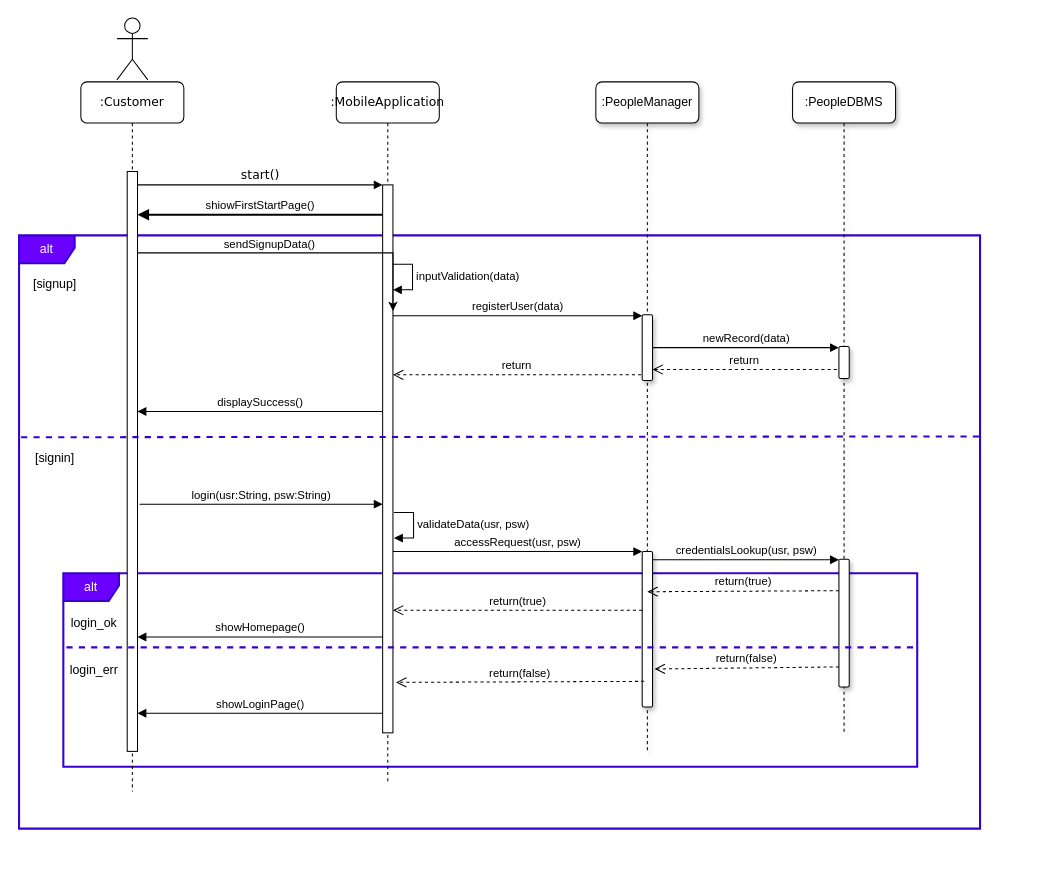
pollo-fritto/PozziNeroniVetere keeps this draw.io diagram as Diagrams/Sequence/sequence_customer_signup.drawio. Above is the earlier version. Source tidied: cells renumbered, new cells numbered last; positions are measured from the earlier drawing's top-left corner, leaving out a move shared by most shapes. Both pictures are drawn from the tidied source at 103%, with x=0, y=0 at pixel (19, 18).
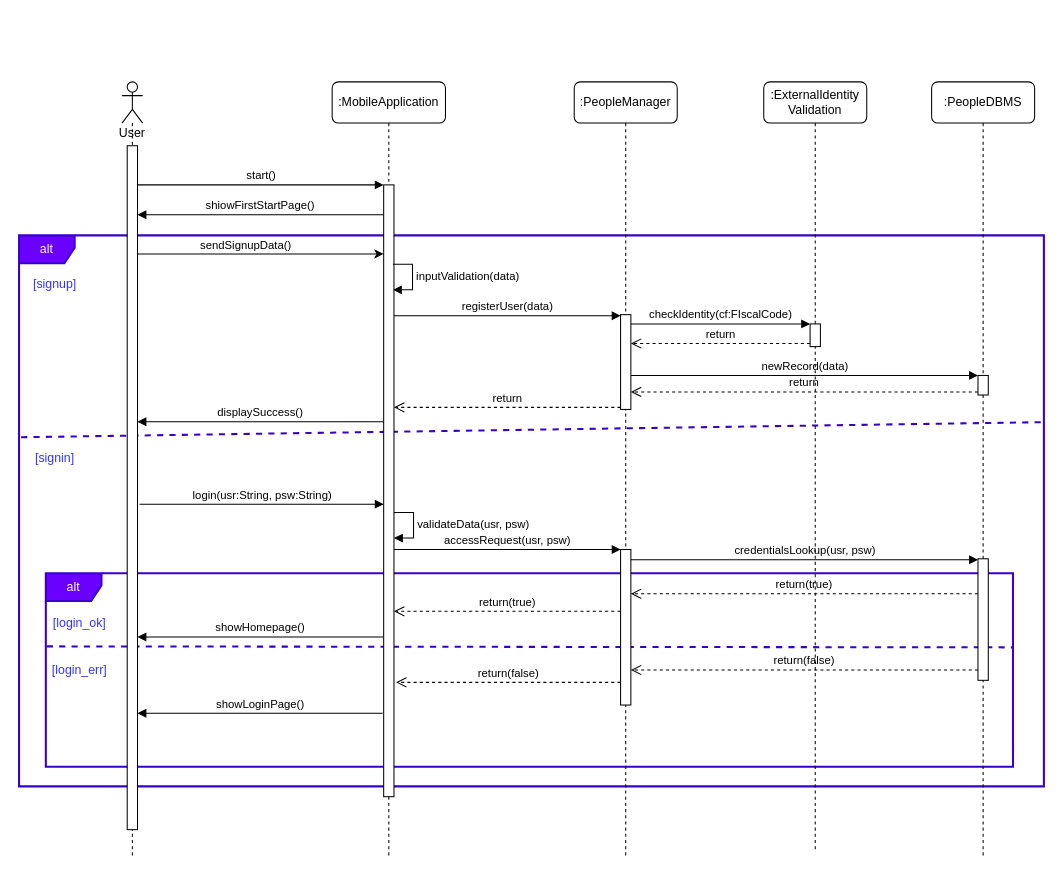
The same page after the edit.

Commit message (it also covers changes not shown here):
Sequence diagrams additions, component revision, RASD.sequence.PlanVisit correction

Change to the diagram source:
```diff
@@
+    <mxCell id="13" style="endArrow=none;dashed=1;html=1;fillColor=#6a00ff;strokeColor=#3700CC;entryX=1;entryY=0.339;entryDx=0;entryDy=0;entryPerimeter=0;strokeWidth=2;" parent="1" edge="1" target="2">
+      <mxGeometry relative="1" as="geometry">
+        <mxPoint x="2" y="407" as="sourcePoint" />
+      </mxGeometry>
+    </mxCell>
+    <mxCell id="37" style="endArrow=none;dashed=1;html=1;fillColor=#6a00ff;strokeColor=#3700CC;strokeWidth=2;entryX=1;entryY=0.383;entryDx=0;entryDy=0;entryPerimeter=0;exitX=0.001;exitY=0.378;exitDx=0;exitDy=0;exitPerimeter=0;" parent="1" edge="1" source="3" target="3">
+      <mxGeometry relative="1" as="geometry" />
+    </mxCell>
     <mxCell id="2" value="alt" style="shape=umlFrame;whiteSpace=wrap;html=1;width=54;height=27;fillColor=#6a00ff;strokeColor=#3700CC;fontColor=#ffffff;strokeWidth=2;" parent="1" vertex="1">
-      <mxGeometry y="211" width="933" height="576" as="geometry" />
+      <mxGeometry y="211" width="995" height="535" as="geometry" />
     </mxCell>
     <mxCell id="3" value="alt" style="shape=umlFrame;whiteSpace=wrap;html=1;width=54;height=27;fillColor=#6a00ff;strokeColor=#3700CC;fontColor=#ffffff;strokeWidth=2;" parent="1" vertex="1">
-      <mxGeometry x="43" y="539" width="829" height="188" as="geometry" />
+      <mxGeometry x="26" y="539" width="939" height="188" as="geometry" />
     </mxCell>
-    <mxCell id="4" value=":MobileApplication" style="shape=umlLifeline;perimeter=lifelinePerimeter;whiteSpace=wrap;html=1;rounded=1;shadow=0;comic=0;labelBackgroundColor=none;strokeWidth=1;fontFamily=Verdana;fontSize=12;align=center;" parent="1" vertex="1">
-      <mxGeometry x="308" y="62" width="100" height="682" as="geometry" />
+    <mxCell id="4" value=":MobileApplication" style="shape=umlLifeline;perimeter=lifelinePerimeter;whiteSpace=wrap;html=1;rounded=1;shadow=0;comic=0;labelBackgroundColor=none;strokeWidth=1;fontFamily=Helvetica;fontSize=12;align=center;" parent="1" vertex="1">
+      <mxGeometry x="304" y="62" width="110" height="751" as="geometry" />
     </mxCell>
     <mxCell id="5" style="html=1;points=[];perimeter=orthogonalPerimeter;rounded=0;shadow=0;comic=0;labelBackgroundColor=none;strokeWidth=1;fontFamily=Verdana;fontSize=12;align=center;" parent="4" vertex="1">
-      <mxGeometry x="45" y="100" width="10" height="532" as="geometry" />
+      <mxGeometry x="50" y="100" width="10" height="594" as="geometry" />
     </mxCell>
-    <mxCell id="6" value="displaySuccess()" style="html=1;verticalAlign=bottom;endArrow=block;" parent="4" edge="1" target="8">
-      <mxGeometry relative="1" as="geometry">
-        <mxPoint x="45" y="320" as="sourcePoint" />
-      </mxGeometry>
-    </mxCell>
-    <mxCell id="7" value=":Customer" style="shape=umlLifeline;perimeter=lifelinePerimeter;whiteSpace=wrap;html=1;rounded=1;shadow=0;comic=0;labelBackgroundColor=none;strokeWidth=1;fontFamily=Verdana;fontSize=12;align=center;" parent="1" vertex="1">
-      <mxGeometry x="60" y="62" width="100" height="689" as="geometry" />
-    </mxCell>
-    <mxCell id="8" style="html=1;points=[];perimeter=orthogonalPerimeter;rounded=0;shadow=0;comic=0;labelBackgroundColor=none;strokeWidth=1;fontFamily=Verdana;fontSize=12;align=center;" parent="7" vertex="1">
-      <mxGeometry x="45" y="87" width="10" height="563" as="geometry" />
-    </mxCell>
-    <mxCell id="9" value="start()" style="html=1;verticalAlign=bottom;endArrow=block;entryX=0;entryY=0;labelBackgroundColor=none;fontFamily=Verdana;fontSize=12;edgeStyle=elbowEdgeStyle;elbow=vertical;" parent="1" edge="1" source="8" target="5">
-      <mxGeometry relative="1" as="geometry" />
+    <mxCell id="9" value="start()" style="html=1;verticalAlign=bottom;endArrow=block;entryX=0;entryY=0;labelBackgroundColor=none;fontFamily=Helvetica;fontSize=11;edgeStyle=elbowEdgeStyle;elbow=vertical;" parent="1" edge="1" target="5">
+      <mxGeometry relative="1" as="geometry">
+        <mxPoint x="115" y="162" as="sourcePoint" />
+      </mxGeometry>
     </mxCell>
-    <mxCell id="10" style="shape=umlActor;verticalLabelPosition=bottom;verticalAlign=top;html=1;" parent="1" vertex="1">
-      <mxGeometry x="95" width="30" height="60" as="geometry" />
-    </mxCell>
-    <mxCell id="11" style="edgeStyle=orthogonalEdgeStyle;rounded=0;jettySize=auto;html=1;entryX=1;entryY=0.23;entryDx=0;entryDy=0;entryPerimeter=0;" parent="1" edge="1" source="8" target="5">
+    <mxCell id="11" style="edgeStyle=orthogonalEdgeStyle;rounded=0;jettySize=auto;html=1;" parent="1" edge="1" target="5">
       <mxGeometry relative="1" as="geometry">
+        <mxPoint x="115" y="229" as="sourcePoint" />
         <Array as="points">
-          <mxPoint x="178" y="228" />
-          <mxPoint x="178" y="228" />
+          <mxPoint x="237" y="229" />
+          <mxPoint x="237" y="229" />
         </Array>
       </mxGeometry>
     </mxCell>
@@
-    <mxCell id="13" style="endArrow=none;dashed=1;html=1;fillColor=#6a00ff;strokeColor=#3700CC;entryX=1;entryY=0.339;entryDx=0;entryDy=0;entryPerimeter=0;strokeWidth=2;" parent="1" edge="1" target="2">
-      <mxGeometry relative="1" as="geometry">
-        <mxPoint x="2" y="407" as="sourcePoint" />
-      </mxGeometry>
-    </mxCell>
-    <mxCell id="14" value=":PeopleManager" style="shape=umlLifeline;perimeter=lifelinePerimeter;whiteSpace=wrap;html=1;rounded=1;shadow=1;glass=0;sketch=0;" parent="1" vertex="1">
-      <mxGeometry x="560" y="62" width="100" height="650" as="geometry" />
+    <mxCell id="14" value=":PeopleManager" style="shape=umlLifeline;perimeter=lifelinePerimeter;whiteSpace=wrap;html=1;rounded=1;shadow=0;glass=0;sketch=0;" parent="1" vertex="1">
+      <mxGeometry x="539" y="62" width="100" height="752" as="geometry" />
     </mxCell>
-    <mxCell id="15" style="html=1;points=[];perimeter=orthogonalPerimeter;rounded=1;shadow=1;glass=0;sketch=0;" parent="14" vertex="1">
-      <mxGeometry x="45" y="226" width="10" height="64" as="geometry" />
+    <mxCell id="15" style="html=1;points=[];perimeter=orthogonalPerimeter;rounded=0;shadow=0;glass=0;sketch=0;" parent="14" vertex="1">
+      <mxGeometry x="45" y="226" width="10" height="92" as="geometry" />
     </mxCell>
-    <mxCell id="16" value=":PeopleDBMS" style="shape=umlLifeline;perimeter=lifelinePerimeter;whiteSpace=wrap;html=1;rounded=1;shadow=1;glass=0;sketch=0;" parent="1" vertex="1">
-      <mxGeometry x="751" y="62" width="100" height="634" as="geometry" />
+    <mxCell id="16" value=":PeopleDBMS" style="shape=umlLifeline;perimeter=lifelinePerimeter;whiteSpace=wrap;html=1;rounded=1;shadow=0;glass=0;sketch=0;" parent="1" vertex="1">
+      <mxGeometry x="886" y="62" width="100" height="753" as="geometry" />
     </mxCell>
-    <mxCell id="17" style="html=1;points=[];perimeter=orthogonalPerimeter;rounded=1;shadow=1;glass=0;sketch=0;" parent="16" vertex="1">
-      <mxGeometry x="45" y="257" width="10" height="31" as="geometry" />
+    <mxCell id="17" style="html=1;points=[];perimeter=orthogonalPerimeter;rounded=0;shadow=0;glass=0;sketch=0;" parent="16" vertex="1">
+      <mxGeometry x="45" y="285" width="10" height="19" as="geometry" />
     </mxCell>
@@
     <mxCell id="20" value="newRecord(data)" style="html=1;verticalAlign=bottom;endArrow=block;" parent="1" edge="1" source="15" target="17">
-      <mxGeometry relative="1" as="geometry" />
+      <mxGeometry relative="1" as="geometry">
+        <Array as="points">
+          <mxPoint x="764" y="347" />
+        </Array>
+      </mxGeometry>
     </mxCell>
-    <mxCell id="21" value="return" style="html=1;verticalAlign=bottom;endArrow=open;dashed=1;endSize=8;exitX=-0.2;exitY=0.717;exitDx=0;exitDy=0;exitPerimeter=0;" parent="1" edge="1" source="17" target="15">
-      <mxGeometry relative="1" as="geometry" />
+    <mxCell id="21" value="return" style="html=1;verticalAlign=bottom;endArrow=open;dashed=1;endSize=8;" parent="1" edge="1" source="17" target="15">
+      <mxGeometry relative="1" as="geometry">
+        <Array as="points">
+          <mxPoint x="772" y="363" />
+        </Array>
+      </mxGeometry>
     </mxCell>
-    <mxCell id="22" value="return" style="html=1;verticalAlign=bottom;endArrow=open;dashed=1;endSize=8;exitX=-0.1;exitY=0.913;exitDx=0;exitDy=0;exitPerimeter=0;" parent="1" edge="1" source="15" target="5">
-      <mxGeometry relative="1" as="geometry" />
+    <mxCell id="22" value="return" style="html=1;verticalAlign=bottom;endArrow=open;dashed=1;endSize=8;" parent="1" edge="1" source="15" target="5">
+      <mxGeometry relative="1" as="geometry">
+        <Array as="points">
+          <mxPoint x="466" y="378" />
+        </Array>
+      </mxGeometry>
     </mxCell>
-    <mxCell id="23" value="[signup]" style="text;html=1;strokeColor=none;fillColor=none;align=center;verticalAlign=middle;whiteSpace=wrap;rounded=0;shadow=1;glass=0;sketch=0;" parent="1" vertex="1">
+    <mxCell id="23" value="[signup]" style="text;html=1;strokeColor=none;fillColor=none;align=center;verticalAlign=middle;whiteSpace=wrap;rounded=0;shadow=1;glass=0;sketch=0;fontColor=#3333FF;" parent="1" vertex="1">
       <mxGeometry x="15" y="249" width="40" height="20" as="geometry" />
     </mxCell>
-    <mxCell id="24" value="[signin]" style="text;html=1;strokeColor=none;fillColor=none;align=center;verticalAlign=middle;whiteSpace=wrap;rounded=0;shadow=1;glass=0;sketch=0;" parent="1" vertex="1">
+    <mxCell id="24" value="[signin]" style="text;html=1;strokeColor=none;fillColor=none;align=center;verticalAlign=middle;whiteSpace=wrap;rounded=0;shadow=1;glass=0;sketch=0;fontColor=#3333FF;" parent="1" vertex="1">
       <mxGeometry x="15" y="418" width="40" height="20" as="geometry" />
     </mxCell>
@@
-    <mxCell id="28" style="html=1;points=[];perimeter=orthogonalPerimeter;rounded=1;shadow=1;glass=0;sketch=0;" parent="1" vertex="1">
-      <mxGeometry x="605" y="518" width="10" height="151" as="geometry" />
+    <mxCell id="28" style="html=1;points=[];perimeter=orthogonalPerimeter;rounded=0;shadow=0;glass=0;sketch=0;" parent="1" vertex="1">
+      <mxGeometry x="584" y="516" width="10" height="151" as="geometry" />
     </mxCell>
-    <mxCell id="29" style="html=1;points=[];perimeter=orthogonalPerimeter;rounded=1;shadow=1;glass=0;sketch=0;" parent="1" vertex="1">
-      <mxGeometry x="796" y="525.5" width="10" height="124" as="geometry" />
+    <mxCell id="29" style="html=1;points=[];perimeter=orthogonalPerimeter;rounded=0;shadow=0;glass=0;sketch=0;" parent="1" vertex="1">
+      <mxGeometry x="931" y="525" width="10" height="118" as="geometry" />
     </mxCell>
@@
-    <mxCell id="31" value="return(true)" style="html=1;verticalAlign=bottom;endArrow=open;dashed=1;endSize=8;" parent="1" edge="1">
+    <mxCell id="31" value="return(true)" style="html=1;verticalAlign=bottom;endArrow=open;dashed=1;endSize=8;" parent="1" edge="1" source="29" target="28">
       <mxGeometry relative="1" as="geometry">
-        <mxPoint x="796" y="556" as="sourcePoint" />
-        <mxPoint x="610" y="557" as="targetPoint" />
+        <Array as="points">
+          <mxPoint x="712" y="559" />
+        </Array>
       </mxGeometry>
     </mxCell>
-    <mxCell id="32" value="return(false)" style="html=1;verticalAlign=bottom;endArrow=open;dashed=1;endSize=8;entryX=1.2;entryY=0.575;entryDx=0;entryDy=0;entryPerimeter=0;" parent="1" edge="1">
+    <mxCell id="32" value="return(false)" style="html=1;verticalAlign=bottom;endArrow=open;dashed=1;endSize=8;" parent="1" edge="1" source="29" target="28">
       <mxGeometry relative="1" as="geometry">
-        <mxPoint x="796" y="630" as="sourcePoint" />
-        <mxPoint x="617" y="632" as="targetPoint" />
+        <Array as="points">
+          <mxPoint x="703" y="633" />
+        </Array>
       </mxGeometry>
     </mxCell>
-    <mxCell id="33" value="return(true)" style="html=1;verticalAlign=bottom;endArrow=open;dashed=1;endSize=8;" parent="1" edge="1" target="5">
+    <mxCell id="33" value="return(true)" style="html=1;verticalAlign=bottom;endArrow=open;dashed=1;endSize=8;" parent="1" edge="1" source="28" target="5">
       <mxGeometry relative="1" as="geometry">
-        <mxPoint x="605" y="575" as="sourcePoint" />
+        <Array as="points">
+          <mxPoint x="475" y="576" />
+        </Array>
       </mxGeometry>
     </mxCell>
-    <mxCell id="34" value="showLoginPage()" style="html=1;verticalAlign=bottom;endArrow=block;" parent="1" edge="1" target="8">
+    <mxCell id="34" value="showLoginPage()" style="html=1;verticalAlign=bottom;endArrow=block;" parent="1" edge="1">
       <mxGeometry relative="1" as="geometry">
         <mxPoint x="353" y="675" as="sourcePoint" />
+        <mxPoint x="115" y="675" as="targetPoint" />
       </mxGeometry>
     </mxCell>
-    <mxCell id="35" value="return(false)" style="html=1;verticalAlign=bottom;endArrow=open;dashed=1;endSize=8;entryX=1.1;entryY=0.9;entryDx=0;entryDy=0;entryPerimeter=0;" parent="1" edge="1">
+    <mxCell id="35" value="return(false)" style="html=1;verticalAlign=bottom;endArrow=open;dashed=1;endSize=8;entryX=1.1;entryY=0.9;entryDx=0;entryDy=0;entryPerimeter=0;" parent="1" edge="1" source="28">
       <mxGeometry relative="1" as="geometry">
-        <mxPoint x="607" y="644" as="sourcePoint" />
         <mxPoint x="366" y="645" as="targetPoint" />
       </mxGeometry>
     </mxCell>
-    <mxCell id="36" value="showHomepage()" style="html=1;verticalAlign=bottom;endArrow=block;" parent="1" edge="1" source="5" target="8">
+    <mxCell id="36" value="showHomepage()" style="html=1;verticalAlign=bottom;endArrow=block;" parent="1" edge="1" source="5">
       <mxGeometry relative="1" as="geometry">
+        <mxPoint x="115" y="601" as="targetPoint" />
         <Array as="points">
           <mxPoint x="254" y="601" />
         </Array>
       </mxGeometry>
     </mxCell>
-    <mxCell id="37" style="endArrow=none;dashed=1;html=1;fillColor=#6a00ff;strokeColor=#3700CC;strokeWidth=2;" parent="1" edge="1">
-      <mxGeometry relative="1" as="geometry">
-        <mxPoint x="46" y="611" as="sourcePoint" />
-        <mxPoint x="874" y="611" as="targetPoint" />
-      </mxGeometry>
-    </mxCell>
-    <mxCell id="38" value="login_ok" style="text;html=1;strokeColor=none;fillColor=none;align=center;verticalAlign=middle;whiteSpace=wrap;rounded=0;shadow=1;glass=0;sketch=0;" parent="1" vertex="1">
-      <mxGeometry x="53" y="577.5" width="40" height="20" as="geometry" />
+    <mxCell id="38" value="[login_ok]" style="text;html=1;strokeColor=none;fillColor=none;align=center;verticalAlign=middle;whiteSpace=wrap;rounded=0;shadow=1;glass=0;sketch=0;fontColor=#3333FF;" parent="1" vertex="1">
+      <mxGeometry x="39" y="577.5" width="40" height="20" as="geometry" />
     </mxCell>
-    <mxCell id="39" value="login_err" style="text;html=1;strokeColor=none;fillColor=none;align=center;verticalAlign=middle;whiteSpace=wrap;rounded=0;shadow=1;glass=0;sketch=0;" parent="1" vertex="1">
-      <mxGeometry x="53" y="623" width="40" height="20" as="geometry" />
+    <mxCell id="39" value="[login_err]" style="text;html=1;strokeColor=none;fillColor=none;align=center;verticalAlign=middle;whiteSpace=wrap;rounded=0;shadow=1;glass=0;sketch=0;fontColor=#3333FF;" parent="1" vertex="1">
+      <mxGeometry x="39" y="623" width="40" height="20" as="geometry" />
     </mxCell>
-    <mxCell id="40" value="shiowFirstStartPage()" style="html=1;verticalAlign=bottom;endArrow=block;strokeWidth=2;" parent="1" edge="1" source="5" target="8">
+    <mxCell id="40" value="shiowFirstStartPage()" style="html=1;verticalAlign=bottom;endArrow=block;strokeWidth=1;" parent="1" edge="1" source="5">
       <mxGeometry relative="1" as="geometry">
+        <mxPoint x="115" y="191" as="targetPoint" />
         <Array as="points">
           <mxPoint x="225" y="191" />
         </Array>
       </mxGeometry>
     </mxCell>
+    <mxCell id="41" value=":ExternalIdentity&lt;br&gt;Validation" style="shape=umlLifeline;perimeter=lifelinePerimeter;whiteSpace=wrap;html=1;rounded=1;shadow=0;glass=0;sketch=0;" parent="1" vertex="1">
+      <mxGeometry x="723" y="62" width="100" height="747" as="geometry" />
+    </mxCell>
+    <mxCell id="42" style="html=1;points=[];perimeter=orthogonalPerimeter;rounded=0;shadow=0;glass=0;sketch=0;" parent="41" vertex="1">
+      <mxGeometry x="45" y="235" width="10" height="22" as="geometry" />
+    </mxCell>
+    <mxCell id="43" value="checkIdentity(cf:FIscalCode)" style="html=1;verticalAlign=bottom;endArrow=block;strokeWidth=1;fontFamily=Helvetica;" parent="1" edge="1" source="15" target="42">
+      <mxGeometry relative="1" as="geometry">
+        <Array as="points">
+          <mxPoint x="683" y="297" />
+        </Array>
+      </mxGeometry>
+    </mxCell>
+    <mxCell id="44" value="return" style="html=1;verticalAlign=bottom;endArrow=open;dashed=1;endSize=8;strokeWidth=1;fontFamily=Helvetica;" parent="1" edge="1" source="42" target="15">
+      <mxGeometry relative="1" as="geometry">
+        <Array as="points">
+          <mxPoint x="684" y="316" />
+        </Array>
+      </mxGeometry>
+    </mxCell>
+    <mxCell id="6" value="displaySuccess()" style="html=1;verticalAlign=bottom;endArrow=block;" parent="1" edge="1" source="5">
+      <mxGeometry relative="1" as="geometry">
+        <mxPoint x="115" y="392" as="targetPoint" />
+        <Array as="points">
+          <mxPoint x="234" y="392" />
+        </Array>
+      </mxGeometry>
+    </mxCell>
+    <mxCell id="45" value="User" style="shape=umlLifeline;participant=umlActor;perimeter=lifelinePerimeter;whiteSpace=wrap;html=1;verticalAlign=top;spacingTop=36;" parent="1" vertex="1">
+      <mxGeometry x="100" y="62" width="20" height="752" as="geometry" />
+    </mxCell>
+    <mxCell id="46" style="html=1;perimeter=orthogonalPerimeter;" parent="45" vertex="1">
+      <mxGeometry x="5" y="62" width="10" height="664" as="geometry" />
+    </mxCell>
```
